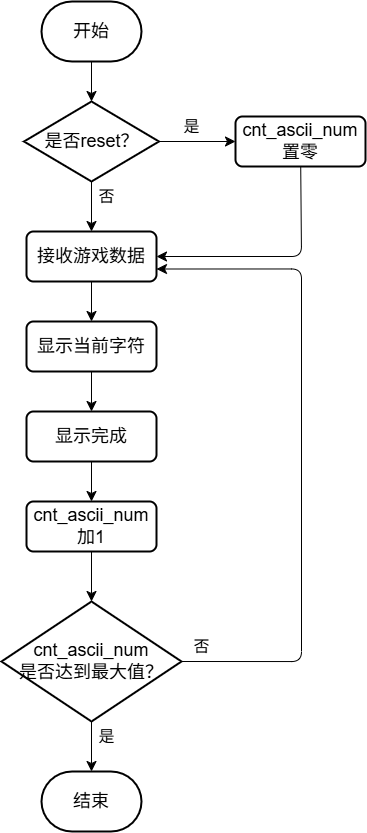
Earlier version of the draw.io export show_game_1.png (maple-m117/bysj_etc.). Source tidied: cells renumbered, new cells last; positions are measured from the earlier drawing's top-left corner, leaving out a move shared by most shapes.
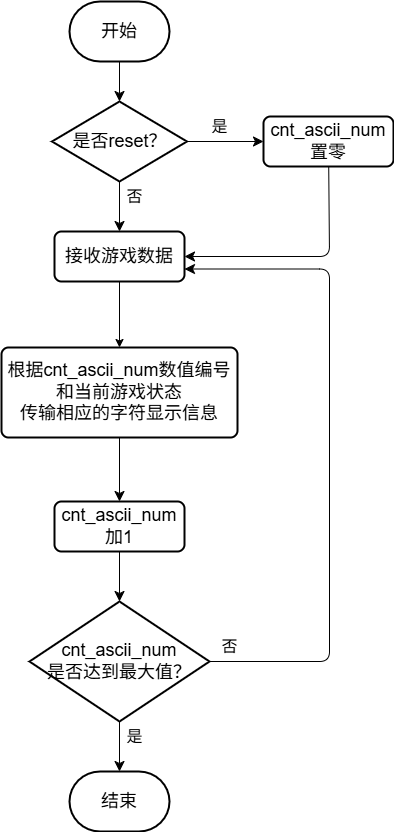
After the change.

Change to the diagram source:
```diff
@@ -8,24 +8,18 @@
     <mxCell id="3" value="&lt;font style=&quot;font-size: 18px;&quot;&gt;开始&lt;/font&gt;" style="strokeWidth=2;html=1;shape=mxgraph.flowchart.terminator;whiteSpace=wrap;labelBackgroundColor=none;rounded=1;" parent="1" vertex="1">
       <mxGeometry x="40" width="100" height="60" as="geometry" />
     </mxCell>
-    <mxCell id="4" style="edgeStyle=none;curved=1;rounded=1;jettySize=auto;html=1;fontSize=12;startSize=8;endSize=8;labelBackgroundColor=none;fontColor=default;" parent="1" edge="1" source="5" target="7">
+    <mxCell id="4" style="edgeStyle=orthogonalEdgeStyle;rounded=0;jettySize=auto;html=1;" parent="1" edge="1" source="5" target="7">
       <mxGeometry relative="1" as="geometry" />
     </mxCell>
     <mxCell id="5" value="&lt;font style=&quot;font-size: 18px;&quot;&gt;接收游戏数据&lt;/font&gt;" style="rounded=1;whiteSpace=wrap;html=1;absoluteArcSize=1;arcSize=14;strokeWidth=2;labelBackgroundColor=none;" parent="1" vertex="1">
       <mxGeometry x="25" y="230" width="130" height="50" as="geometry" />
     </mxCell>
-    <mxCell id="6" style="edgeStyle=none;curved=1;rounded=1;jettySize=auto;html=1;fontSize=12;startSize=8;endSize=8;labelBackgroundColor=none;fontColor=default;" parent="1" edge="1" source="7" target="9">
-      <mxGeometry relative="1" as="geometry" />
-    </mxCell>
-    <mxCell id="7" value="&lt;font style=&quot;font-size: 18px;&quot;&gt;显示当前字符&lt;/font&gt;" style="rounded=1;whiteSpace=wrap;html=1;absoluteArcSize=1;arcSize=14;strokeWidth=2;labelBackgroundColor=none;" parent="1" vertex="1">
-      <mxGeometry x="25" y="320" width="130" height="50" as="geometry" />
+    <mxCell id="7" value="&lt;div&gt;&lt;span style=&quot;font-size: 18px;&quot;&gt;根据cnt_ascii_num数值编号&lt;/span&gt;&lt;/div&gt;&lt;div&gt;&lt;span style=&quot;font-size: 18px;&quot;&gt;和当前游戏状态&lt;/span&gt;&lt;/div&gt;&lt;div&gt;&lt;span style=&quot;font-size: 18px;&quot;&gt;传输相应的字符显示信息&lt;/span&gt;&lt;/div&gt;" style="rounded=1;whiteSpace=wrap;html=1;absoluteArcSize=1;arcSize=14;strokeWidth=2;labelBackgroundColor=none;" parent="1" vertex="1">
+      <mxGeometry x="-28" y="346" width="236" height="90" as="geometry" />
     </mxCell>
-    <mxCell id="8" style="edgeStyle=none;curved=1;rounded=1;jettySize=auto;html=1;fontSize=12;startSize=8;endSize=8;labelBackgroundColor=none;fontColor=default;" parent="1" edge="1" source="9" target="12">
+    <mxCell id="8" style="edgeStyle=none;curved=1;rounded=1;jettySize=auto;html=1;fontSize=12;startSize=8;endSize=8;labelBackgroundColor=none;fontColor=default;exitX=0.5;exitY=1;exitDx=0;exitDy=0;" parent="1" edge="1" source="7" target="12">
       <mxGeometry relative="1" as="geometry" />
     </mxCell>
-    <mxCell id="9" value="&lt;span style=&quot;font-size: 18px;&quot;&gt;显示完成&lt;/span&gt;" style="rounded=1;whiteSpace=wrap;html=1;absoluteArcSize=1;arcSize=14;strokeWidth=2;labelBackgroundColor=none;" parent="1" vertex="1">
-      <mxGeometry x="25" y="410" width="130" height="50" as="geometry" />
-    </mxCell>
     <mxCell id="10" style="edgeStyle=orthogonalEdgeStyle;rounded=1;jettySize=auto;html=1;fontSize=12;startSize=8;endSize=8;entryX=1;entryY=0.75;entryDx=0;entryDy=0;exitX=1;exitY=0.5;exitDx=0;exitDy=0;exitPerimeter=0;" parent="1" edge="1" source="22" target="5">
       <mxGeometry relative="1" as="geometry">
         <Array as="points">
```
